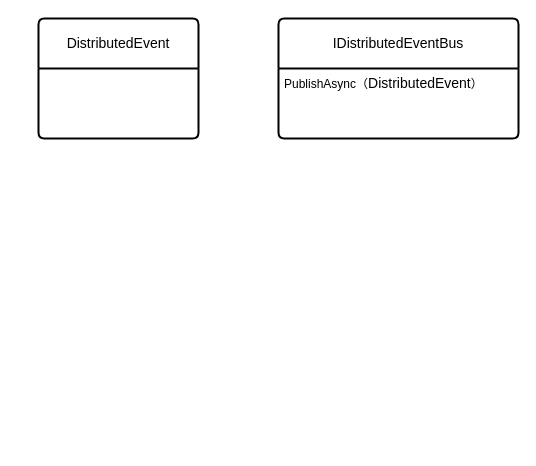
This is hello shop分布式事件.drawio from spinoza1989/drawIO, a draw.io file, before an edit. Source tidied: cells renumbered, new cells numbered last; positions are measured from the earlier drawing's top-left corner, leaving out a move shared by most shapes. Both pictures are drawn from the tidied source at 100%, with x=0, y=0 at pixel (38, 18).
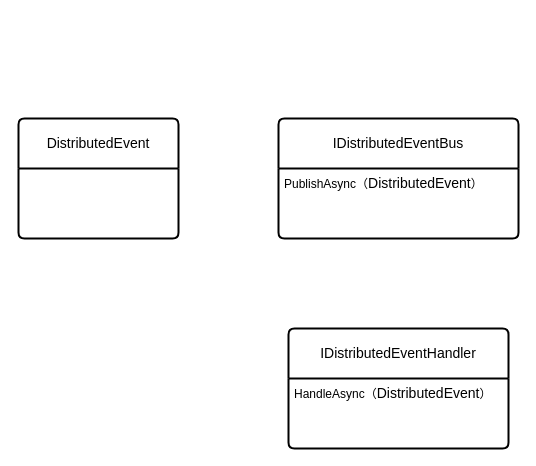
After the change.

Commit message (it also covers changes not shown here):
更新hello shop分布式事件.drawio

The edit, as a diff of the source:
```diff
@@
 <mxGraphModel>
   <root>
     <mxCell id="0" />
     <mxCell id="1" parent="0" />
     <mxCell id="2" value="IDistributedEventBus" style="swimlane;horizontal=1;startSize=50;rounded=1;fontSize=14;fontStyle=0;strokeWidth=2;shadow=0;dashed=0;align=center;arcSize=4;whiteSpace=wrap;html=1;" parent="1" vertex="1">
-      <mxGeometry x="240" width="240" height="120" as="geometry" />
+      <mxGeometry x="240" y="100" width="240" height="120" as="geometry" />
     </mxCell>
     <mxCell id="3" value="PublishAsync（&lt;span style=&quot;font-size: 14px; text-align: center; text-wrap: wrap;&quot;&gt;DistributedEvent&lt;/span&gt;）" style="align=left;strokeColor=none;fillColor=none;spacingLeft=4;fontSize=12;verticalAlign=top;html=1;" parent="2" vertex="1">
       <mxGeometry y="50" width="240" height="70" as="geometry" />
     </mxCell>
     <mxCell id="4" value="DistributedEvent" style="swimlane;horizontal=1;startSize=50;rounded=1;fontSize=14;fontStyle=0;strokeWidth=2;shadow=0;dashed=0;align=center;arcSize=4;whiteSpace=wrap;html=1;" parent="1" vertex="1">
-      <mxGeometry width="160" height="120" as="geometry" />
+      <mxGeometry x="-20" y="100" width="160" height="120" as="geometry" />
     </mxCell>
+    <mxCell id="5" value="IDistributedEventHandler" style="swimlane;horizontal=1;startSize=50;rounded=1;fontSize=14;fontStyle=0;strokeWidth=2;shadow=0;dashed=0;align=center;arcSize=4;whiteSpace=wrap;html=1;" parent="1" vertex="1">
+      <mxGeometry x="250" y="310" width="220" height="120" as="geometry" />
+    </mxCell>
+    <mxCell id="6" value="HandleAsync（&lt;span style=&quot;font-size: 14px; text-align: center; text-wrap: wrap;&quot;&gt;DistributedEvent&lt;/span&gt;）" style="align=left;strokeColor=none;fillColor=none;spacingLeft=4;fontSize=12;verticalAlign=top;html=1;" parent="5" vertex="1">
+      <mxGeometry y="50" width="220" height="70" as="geometry" />
+    </mxCell>
   </root>
 </mxGraphModel>
```
